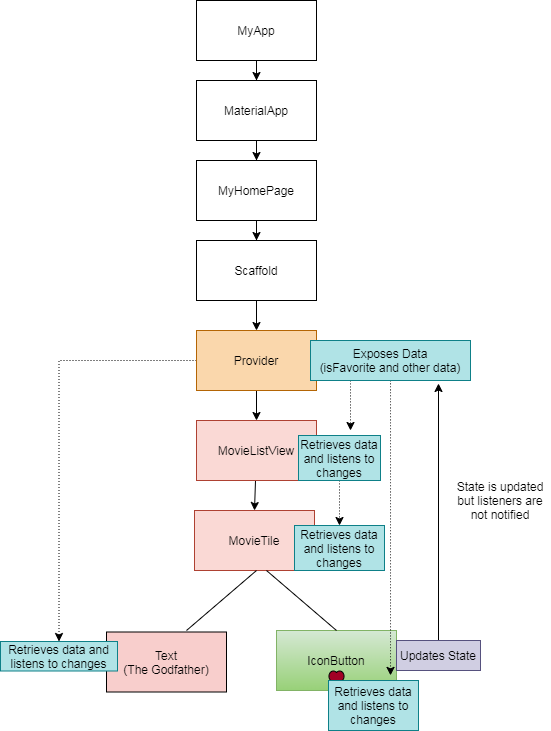
Above: flutter/stmang15.png in walkingtree/images (draw.io), before the change. Source tidied: cells renumbered, new cells last; positions are measured from the earlier drawing's top-left corner, leaving out a move shared by most shapes.
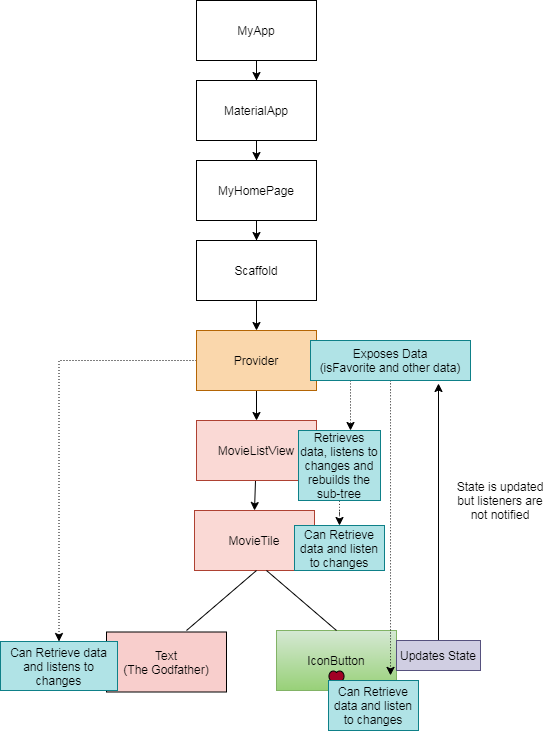
The same file after the commit.

The edit, as a diff of the source:
```diff
@@ -36,8 +36,8 @@
     <mxCell id="10" style="verticalLabelPosition=bottom;verticalAlign=top;html=1;shape=mxgraph.basic.heart;fillColor=#a20025;fontColor=#ffffff;sketch=0;comic=0;backgroundOutline=0;labelBackgroundColor=none;labelBorderColor=none;" parent="1" vertex="1">
       <mxGeometry x="328" y="670" width="16" height="17" as="geometry" />
     </mxCell>
-    <mxCell id="11" value="Retrieves data and listens to changes" style="rounded=0;whiteSpace=wrap;html=1;labelBackgroundColor=none;strokeColor=#0e8088;fillColor=#b0e3e6;" parent="1" vertex="1">
-      <mxGeometry y="641" width="117" height="29.5" as="geometry" />
+    <mxCell id="11" value="Can Retrieve data and listens to changes" style="rounded=0;whiteSpace=wrap;html=1;labelBackgroundColor=none;strokeColor=#0e8088;fillColor=#b0e3e6;" parent="1" vertex="1">
+      <mxGeometry y="641" width="117" height="49" as="geometry" />
     </mxCell>
     <mxCell id="12" style="edgeStyle=orthogonalEdgeStyle;rounded=0;jettySize=auto;html=1;entryX=0.5;entryY=0;entryDx=0;entryDy=0;" parent="1" edge="1" source="13" target="15">
       <mxGeometry relative="1" as="geometry" />
@@ -83,17 +83,17 @@
     <mxCell id="25" value="Exposes Data&lt;br&gt;(isFavorite and other data)" style="rounded=0;whiteSpace=wrap;html=1;fillColor=#b0e3e6;strokeColor=#0e8088;" parent="1" vertex="1">
       <mxGeometry x="310" y="340" width="160" height="40" as="geometry" />
     </mxCell>
-    <mxCell id="26" value="Retrieves data and listens to changes" style="rounded=0;whiteSpace=wrap;html=1;fillColor=#b0e3e6;strokeColor=#0e8088;" parent="1" vertex="1">
+    <mxCell id="26" value="Can Retrieve data and listen to changes" style="rounded=0;whiteSpace=wrap;html=1;fillColor=#b0e3e6;strokeColor=#0e8088;" parent="1" vertex="1">
       <mxGeometry x="328" y="680" width="90" height="50" as="geometry" />
     </mxCell>
-    <mxCell id="27" value="Retrieves data and listens to changes" style="rounded=0;whiteSpace=wrap;html=1;fillColor=#b0e3e6;strokeColor=#0e8088;" parent="1" vertex="1">
+    <mxCell id="27" value="Can Retrieve data and listen to changes" style="rounded=0;whiteSpace=wrap;html=1;fillColor=#b0e3e6;strokeColor=#0e8088;" parent="1" vertex="1">
       <mxGeometry x="294" y="525" width="90" height="45" as="geometry" />
     </mxCell>
     <mxCell id="28" style="edgeStyle=orthogonalEdgeStyle;curved=1;rounded=0;jettySize=auto;html=1;entryX=0.5;entryY=0;entryDx=0;entryDy=0;dashed=1;dashPattern=1 2;strokeWidth=1;" parent="1" edge="1" source="29" target="27">
       <mxGeometry relative="1" as="geometry" />
     </mxCell>
-    <mxCell id="29" value="Retrieves data and listens to changes" style="rounded=0;whiteSpace=wrap;html=1;fillColor=#b0e3e6;strokeColor=#0e8088;" parent="1" vertex="1">
-      <mxGeometry x="298" y="435" width="82" height="45" as="geometry" />
+    <mxCell id="29" value="Retrieves data, listens to changes and rebuilds the sub-tree" style="rounded=0;whiteSpace=wrap;html=1;fillColor=#b0e3e6;strokeColor=#0e8088;" parent="1" vertex="1">
+      <mxGeometry x="298" y="430" width="82" height="70" as="geometry" />
     </mxCell>
     <mxCell id="30" style="edgeStyle=orthogonalEdgeStyle;curved=1;rounded=0;jettySize=auto;html=1;exitX=0.5;exitY=0;exitDx=0;exitDy=0;entryX=0.8;entryY=1.075;entryDx=0;entryDy=0;entryPerimeter=0;strokeWidth=1;" parent="1" edge="1" source="31" target="25">
       <mxGeometry relative="1" as="geometry" />
```
